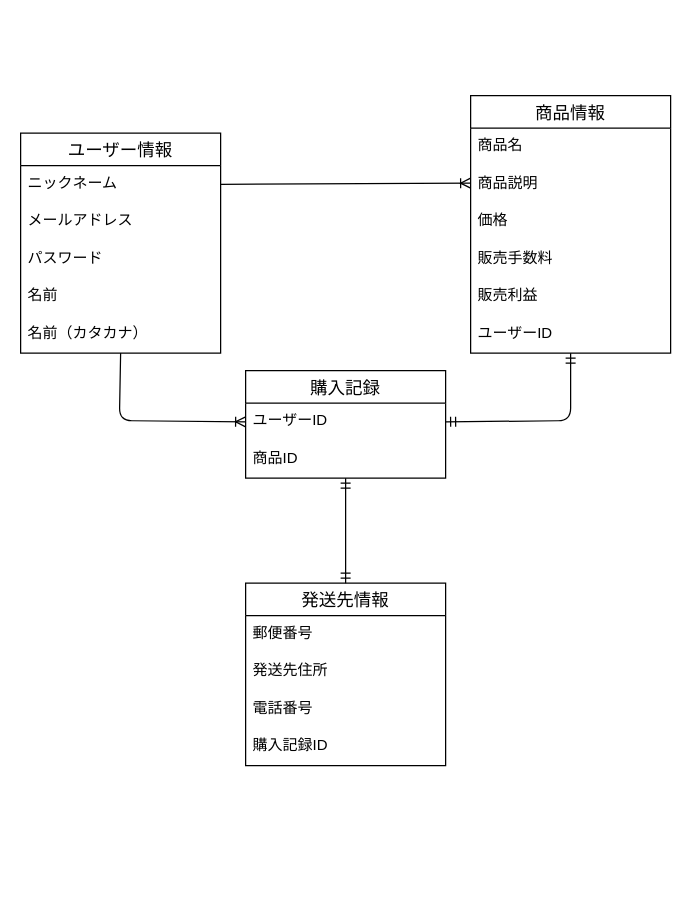
Before: test.dio in kim4ky/furima-40347, a draw.io diagram. Source tidied: cells renumbered, new cells numbered last; positions are measured from the earlier drawing's top-left corner, leaving out a move shared by most shapes. Both pictures are drawn from the tidied source at 125%, with x=0, y=0 at pixel (20, 95).
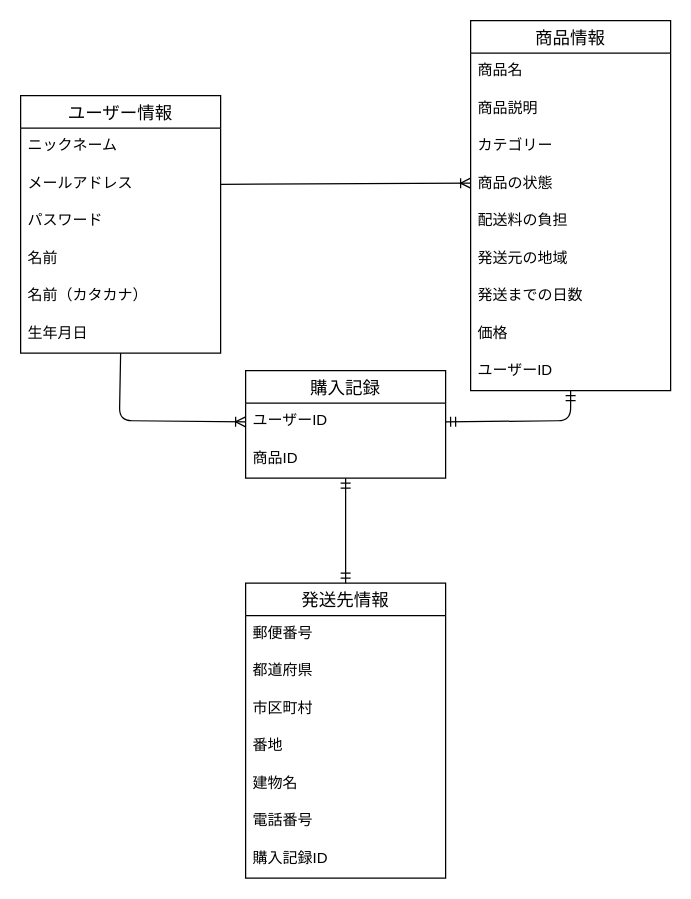
The same diagram, later.

Commit message (it also covers changes not shown here):
データベース設計の修正

Unchanged cells that the change refers to:
```xml
<mxCell id="3" value="ニックネーム" style="text;strokeColor=none;fillColor=none;spacingLeft=4;spacingRight=4;overflow=hidden;points=[[0,0.5],[1,0.5]];portConstraint=eastwest;fontSize=12;" parent="2" vertex="1">
  <mxGeometry y="26" width="160" height="30" as="geometry" />
</mxCell>
<mxCell id="4" value="メールアドレス" style="text;strokeColor=none;fillColor=none;spacingLeft=4;spacingRight=4;overflow=hidden;points=[[0,0.5],[1,0.5]];portConstraint=eastwest;fontSize=12;" parent="2" vertex="1">
  <mxGeometry y="56" width="160" height="30" as="geometry" />
</mxCell>
<mxCell id="7" value="名前（カタカナ）" style="text;strokeColor=none;fillColor=none;spacingLeft=4;spacingRight=4;overflow=hidden;points=[[0,0.5],[1,0.5]];portConstraint=eastwest;fontSize=12;" parent="2" vertex="1">
  <mxGeometry y="146" width="160" height="30" as="geometry" />
</mxCell>
<mxCell id="16" value="ユーザーID" style="text;strokeColor=none;fillColor=none;spacingLeft=4;spacingRight=4;overflow=hidden;points=[[0,0.5],[1,0.5]];portConstraint=eastwest;fontSize=12;" parent="15" vertex="1">
  <mxGeometry y="26" width="160" height="30" as="geometry" />
</mxCell>
```

The edit, as a diff of the source:
```diff
@@
     <mxCell id="2" value="ユーザー情報" style="swimlane;fontStyle=0;horizontal=1;startSize=26;align=center;fontSize=14;" parent="1" vertex="1">
-      <mxGeometry y="30" width="160" height="176" as="geometry" />
+      <mxGeometry width="160" height="206" as="geometry" />
     </mxCell>
@@
+    <mxCell id="27" value="生年月日" style="text;strokeColor=none;fillColor=none;spacingLeft=4;spacingRight=4;overflow=hidden;points=[[0,0.5],[1,0.5]];portConstraint=eastwest;fontSize=12;" parent="2" vertex="1">
+      <mxGeometry y="176" width="160" height="30" as="geometry" />
+    </mxCell>
     <mxCell id="8" value="商品情報" style="swimlane;fontStyle=0;horizontal=1;startSize=26;align=center;fontSize=14;" parent="1" vertex="1">
-      <mxGeometry x="360" width="160" height="206" as="geometry" />
+      <mxGeometry x="360" y="-60" width="160" height="296" as="geometry" />
     </mxCell>
@@
-    <mxCell id="11" value="価格" style="text;strokeColor=none;fillColor=none;spacingLeft=4;spacingRight=4;overflow=hidden;fontSize=12;" parent="8" vertex="1">
-      <mxGeometry y="86" width="160" height="30" as="geometry" />
-    </mxCell>
-    <mxCell id="12" value="販売手数料" style="text;strokeColor=none;fillColor=none;spacingLeft=4;spacingRight=4;overflow=hidden;fontSize=12;" parent="8" vertex="1">
-      <mxGeometry y="116" width="160" height="30" as="geometry" />
+    <mxCell id="12" value="カテゴリー" style="text;strokeColor=none;fillColor=none;spacingLeft=4;spacingRight=4;overflow=hidden;fontSize=12;" parent="8" vertex="1">
+      <mxGeometry y="86" width="160" height="30" as="geometry" />
     </mxCell>
-    <mxCell id="13" value="販売利益" style="text;strokeColor=none;fillColor=none;spacingLeft=4;spacingRight=4;overflow=hidden;fontSize=12;" parent="8" vertex="1">
-      <mxGeometry y="146" width="160" height="30" as="geometry" />
+    <mxCell id="13" value="商品の状態" style="text;strokeColor=none;fillColor=none;spacingLeft=4;spacingRight=4;overflow=hidden;fontSize=12;" parent="8" vertex="1">
+      <mxGeometry y="116" width="160" height="30" as="geometry" />
     </mxCell>
+    <mxCell id="28" value="配送料の負担" style="text;strokeColor=none;fillColor=none;spacingLeft=4;spacingRight=4;overflow=hidden;fontSize=12;" parent="8" vertex="1">
+      <mxGeometry y="146" width="160" height="30" as="geometry" />
+    </mxCell>
+    <mxCell id="29" value="発送元の地域" style="text;strokeColor=none;fillColor=none;spacingLeft=4;spacingRight=4;overflow=hidden;fontSize=12;" parent="8" vertex="1">
+      <mxGeometry y="176" width="160" height="30" as="geometry" />
+    </mxCell>
+    <mxCell id="30" value="発送までの日数" style="text;strokeColor=none;fillColor=none;spacingLeft=4;spacingRight=4;overflow=hidden;fontSize=12;" parent="8" vertex="1">
+      <mxGeometry y="206" width="160" height="30" as="geometry" />
+    </mxCell>
+    <mxCell id="11" value="価格" style="text;strokeColor=none;fillColor=none;spacingLeft=4;spacingRight=4;overflow=hidden;fontSize=12;" parent="8" vertex="1">
+      <mxGeometry y="236" width="160" height="30" as="geometry" />
+    </mxCell>
     <mxCell id="14" value="ユーザーID" style="text;strokeColor=none;fillColor=none;spacingLeft=4;spacingRight=4;overflow=hidden;points=[[0,0.5],[1,0.5]];portConstraint=eastwest;fontSize=12;" parent="8" vertex="1">
-      <mxGeometry y="176" width="160" height="30" as="geometry" />
+      <mxGeometry y="266" width="160" height="30" as="geometry" />
     </mxCell>
@@
     <mxCell id="18" value="発送先情報" style="swimlane;fontStyle=0;horizontal=1;startSize=26;align=center;fontSize=14;" parent="1" vertex="1">
-      <mxGeometry x="180" y="390" width="160" height="146" as="geometry" />
+      <mxGeometry x="180" y="390" width="160" height="236" as="geometry" />
     </mxCell>
@@
-    <mxCell id="20" value="発送先住所" style="text;strokeColor=none;fillColor=none;spacingLeft=4;spacingRight=4;overflow=hidden;fontSize=12;" parent="18" vertex="1">
+    <mxCell id="20" value="都道府県" style="text;strokeColor=none;fillColor=none;spacingLeft=4;spacingRight=4;overflow=hidden;fontSize=12;" parent="18" vertex="1">
       <mxGeometry y="56" width="160" height="30" as="geometry" />
     </mxCell>
+    <mxCell id="31" value="市区町村" style="text;strokeColor=none;fillColor=none;spacingLeft=4;spacingRight=4;overflow=hidden;fontSize=12;" parent="18" vertex="1">
+      <mxGeometry y="86" width="160" height="30" as="geometry" />
+    </mxCell>
+    <mxCell id="32" value="番地" style="text;strokeColor=none;fillColor=none;spacingLeft=4;spacingRight=4;overflow=hidden;fontSize=12;" parent="18" vertex="1">
+      <mxGeometry y="116" width="160" height="30" as="geometry" />
+    </mxCell>
+    <mxCell id="33" value="建物名" style="text;strokeColor=none;fillColor=none;spacingLeft=4;spacingRight=4;overflow=hidden;fontSize=12;" parent="18" vertex="1">
+      <mxGeometry y="146" width="160" height="30" as="geometry" />
+    </mxCell>
     <mxCell id="21" value="電話番号" style="text;strokeColor=none;fillColor=none;spacingLeft=4;spacingRight=4;overflow=hidden;fontSize=12;" parent="18" vertex="1">
-      <mxGeometry y="86" width="160" height="30" as="geometry" />
+      <mxGeometry y="176" width="160" height="30" as="geometry" />
     </mxCell>
     <mxCell id="22" value="購入記録ID" style="text;strokeColor=none;fillColor=none;spacingLeft=4;spacingRight=4;overflow=hidden;fontSize=12;" parent="18" vertex="1">
-      <mxGeometry y="116" width="160" height="30" as="geometry" />
+      <mxGeometry y="206" width="160" height="30" as="geometry" />
     </mxCell>
-    <mxCell id="23" style="fontSize=12;html=1;endArrow=ERoneToMany;entryX=0;entryY=0.5;entryDx=0;entryDy=0;exitX=0.5;exitY=1;exitDx=0;exitDy=0;exitPerimeter=0;" parent="1" edge="1" source="7" target="16">
+    <mxCell id="23" style="fontSize=12;html=1;endArrow=ERoneToMany;entryX=0;entryY=0.5;entryDx=0;entryDy=0;exitX=0.5;exitY=1;exitDx=0;exitDy=0;exitPerimeter=0;" parent="1" edge="1" source="27" target="16">
       <mxGeometry relative="1" as="geometry">
         <Array as="points">
           <mxPoint x="79" y="260" />
         </Array>
       </mxGeometry>
     </mxCell>
-    <mxCell id="24" style="fontSize=12;html=1;endArrow=ERoneToMany;exitX=1;exitY=0.5;exitDx=0;exitDy=0;" parent="1" edge="1" source="3">
+    <mxCell id="24" style="fontSize=12;html=1;endArrow=ERoneToMany;exitX=1;exitY=0.5;exitDx=0;exitDy=0;" parent="1" edge="1" source="4">
       <mxGeometry relative="1" as="geometry">
         <mxPoint x="360" y="70" as="targetPoint" />
       </mxGeometry>
     </mxCell>
```
